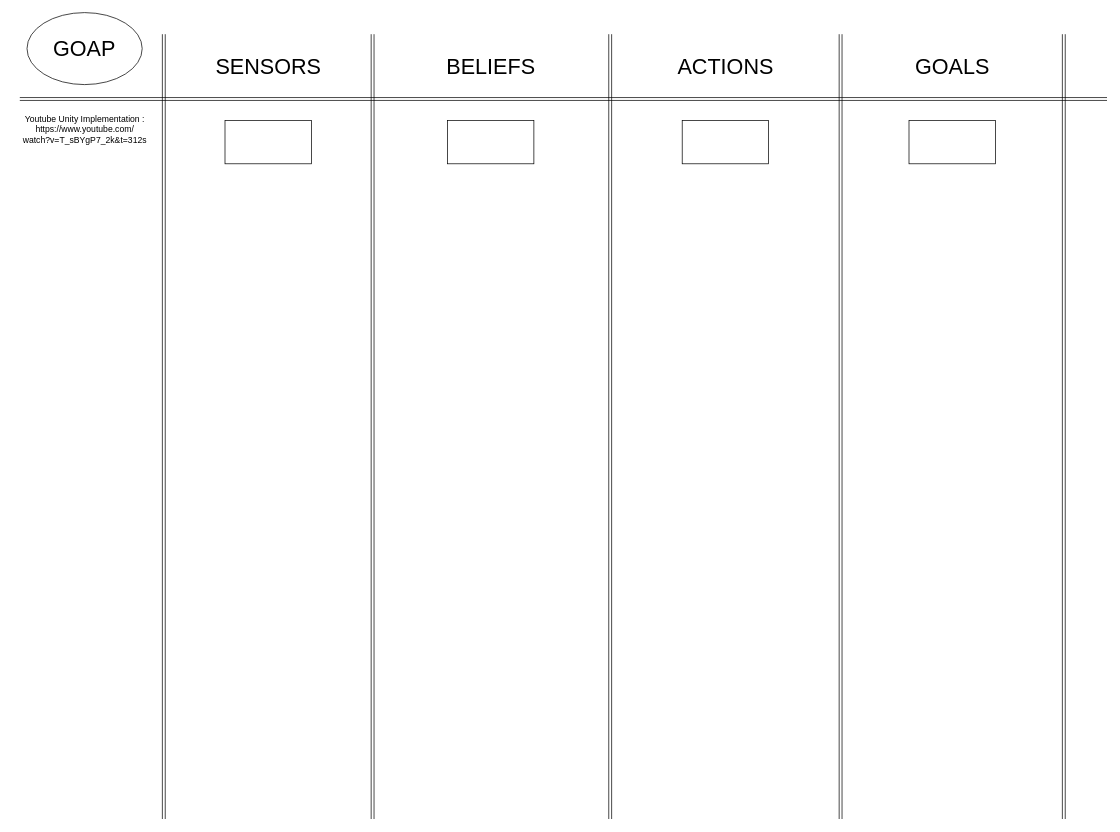
This is page "Global" (2 of 6) of sources/lux.drawio from LouisViel/Lux-AI, a draw.io file, before an edit. Source tidied: cells renumbered, new cells numbered last; positions are measured from the earlier drawing's top-left corner, leaving out a move shared by most shapes. Both pictures are drawn from the tidied source at 72%, with x=0, y=0 at pixel (12, 12).
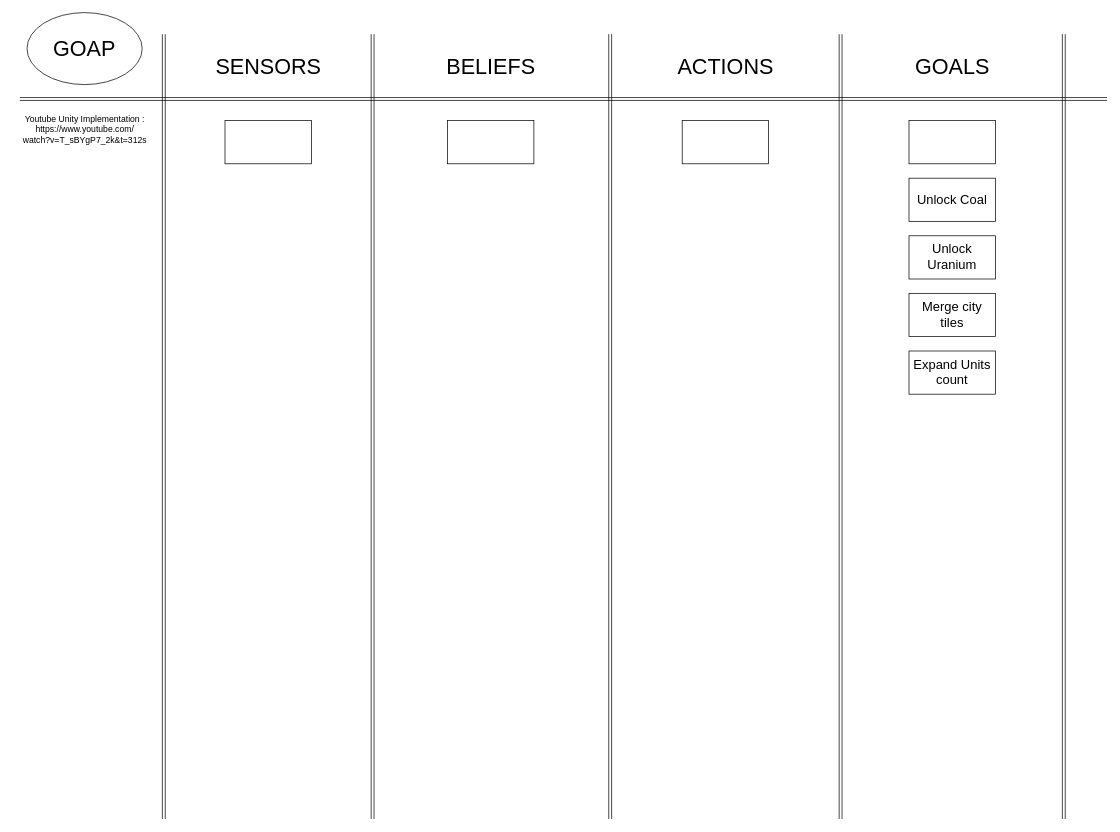
After the change.

What changed in the source:
```diff
@@
+    <mxCell id="18" value="Unlock Coal" style="whiteSpace=wrap;html=1;fontSize=18;labelBackgroundColor=none;" parent="1" vertex="1">
+      <mxGeometry x="1245" y="230" width="120" height="60" as="geometry" />
+    </mxCell>
+    <mxCell id="19" value="Unlock Uranium" style="whiteSpace=wrap;html=1;fontSize=18;labelBackgroundColor=none;" parent="1" vertex="1">
+      <mxGeometry x="1245" y="310" width="120" height="60" as="geometry" />
+    </mxCell>
+    <mxCell id="20" value="Expand Units count" style="whiteSpace=wrap;html=1;fontSize=18;labelBackgroundColor=none;" parent="1" vertex="1">
+      <mxGeometry x="1245" y="470" width="120" height="60" as="geometry" />
+    </mxCell>
+    <mxCell id="21" value="Merge city tiles" style="whiteSpace=wrap;html=1;fontSize=18;labelBackgroundColor=none;" parent="1" vertex="1">
+      <mxGeometry x="1245" y="390" width="120" height="60" as="geometry" />
+    </mxCell>
```
